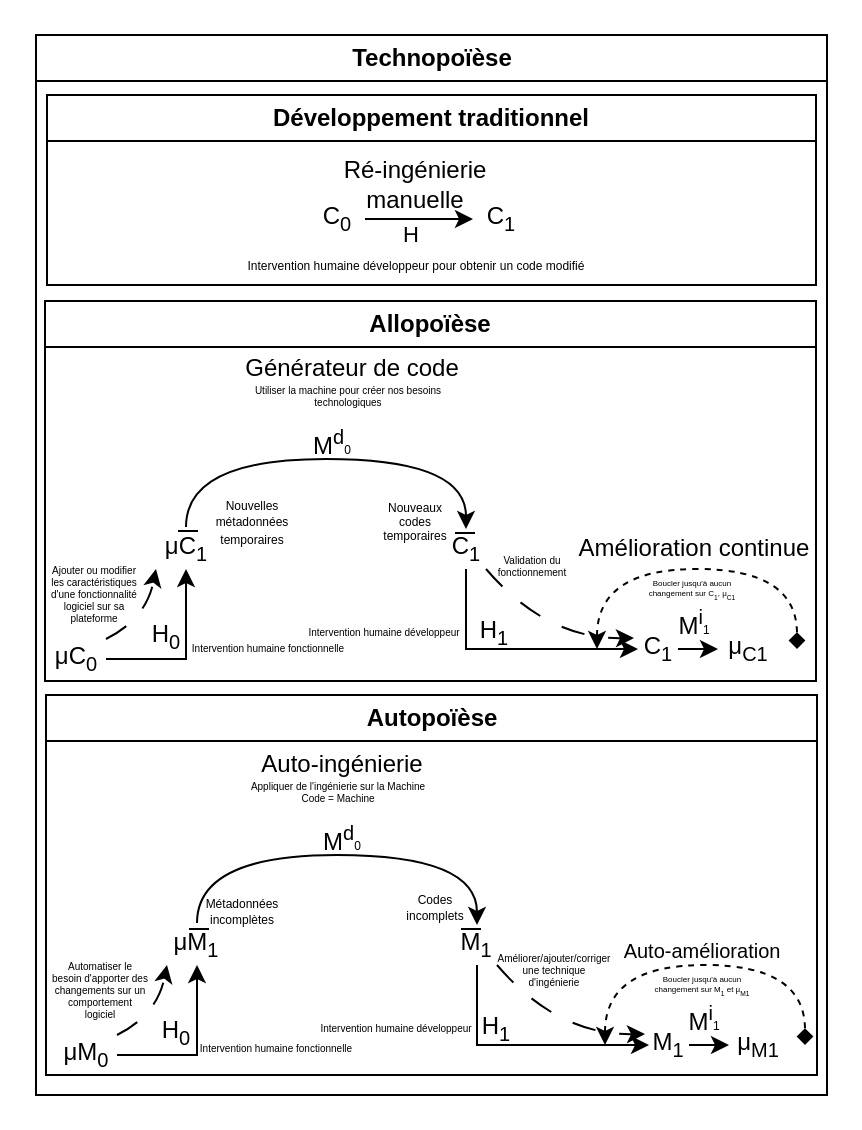
Above: diagramme/auto_machine_discussion.drawio in mathben/memoire_generateur_code_2023 (draw.io), before the change. Source tidied: cells renumbered, new cells numbered last; positions are measured from the earlier drawing's top-left corner, leaving out a move shared by most shapes. Both pictures are drawn from the tidied source at 200%, with x=0, y=0 at pixel (36, 34).
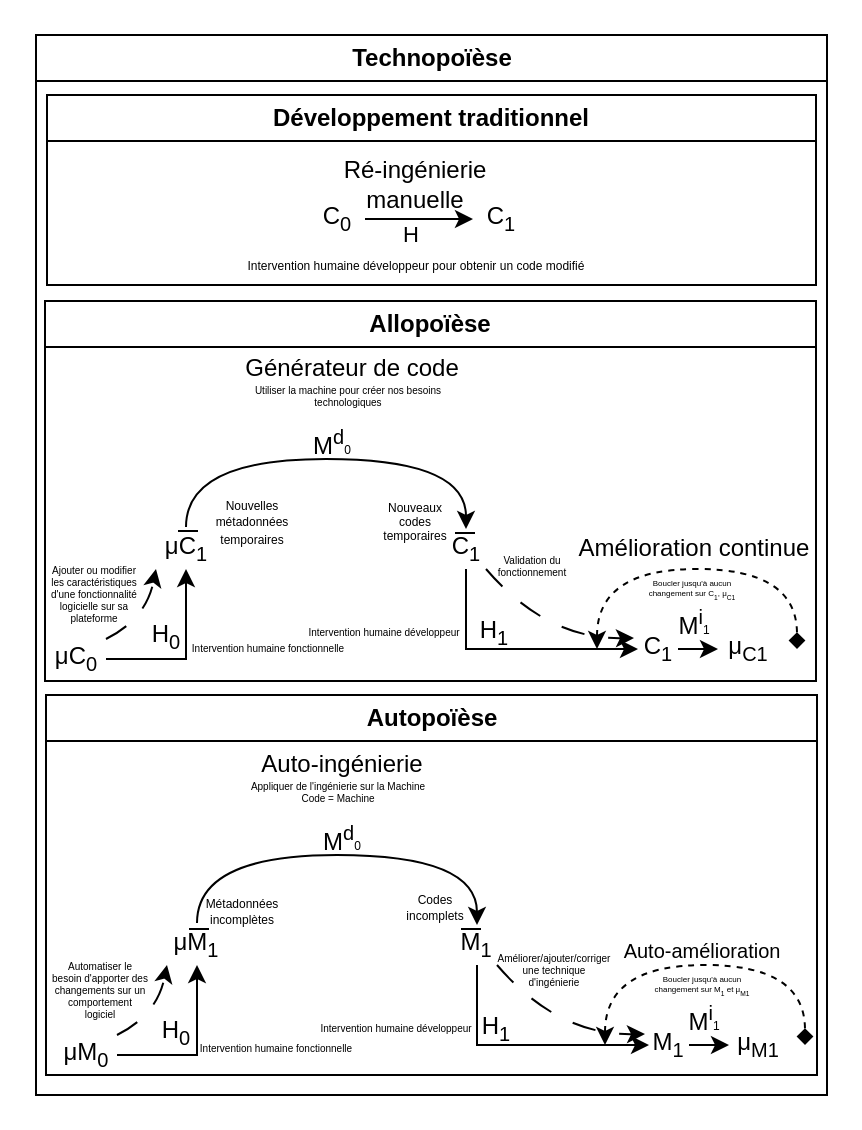
The same diagram, later.

The change refers to these unchanged cells:
```xml
<mxCell id="2" value="Technopoïèse" style="swimlane;whiteSpace=wrap;html=1;" parent="1" vertex="1">
  <mxGeometry x="-0.5" width="395.5" height="530" as="geometry" />
</mxCell>
```

Diff of the diagram source:
```diff
@@
-    <mxCell id="26" value="Ajouter ou modifier les caractéristiques d'une fonctionnalité logiciel sur sa plateforme" style="text;html=1;strokeColor=none;fillColor=none;align=center;verticalAlign=middle;whiteSpace=wrap;rounded=0;fontSize=5;" parent="2" vertex="1">
+    <mxCell id="26" value="Ajouter ou modifier les caractéristiques d'une fonctionnalité logicielle sur sa plateforme" style="text;html=1;strokeColor=none;fillColor=none;align=center;verticalAlign=middle;whiteSpace=wrap;rounded=0;fontSize=5;" parent="2" vertex="1">
       <mxGeometry x="4" y="264" width="50" height="30" as="geometry" />
     </mxCell>
```
